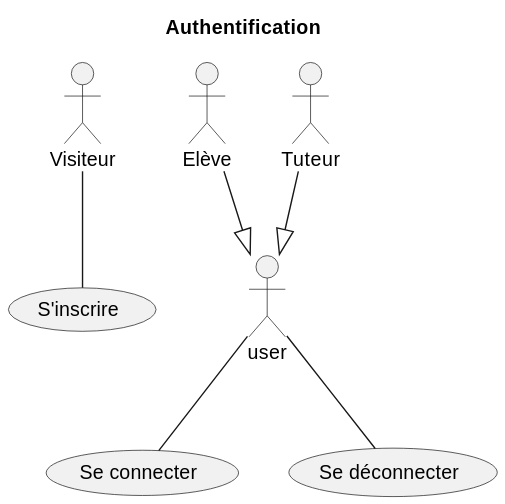
This is site/diagrams/authentication/authentication.svg from KMBCL/P3_specifications, a PlantUML export, as it was before one commit. The source it was exported from:
```plantuml
@startuml
title Authentification

actor "Visiteur" as visitor
!include /specifications/docs/diagrams/actors/common.puml

student --|> user
tutor --|> user

usecase "S'inscrire" as register
usecase "Se connecter" as login
usecase "Se déconnecter" as logout

visitor -- register
user -- login
user -- logout
@enduml
```
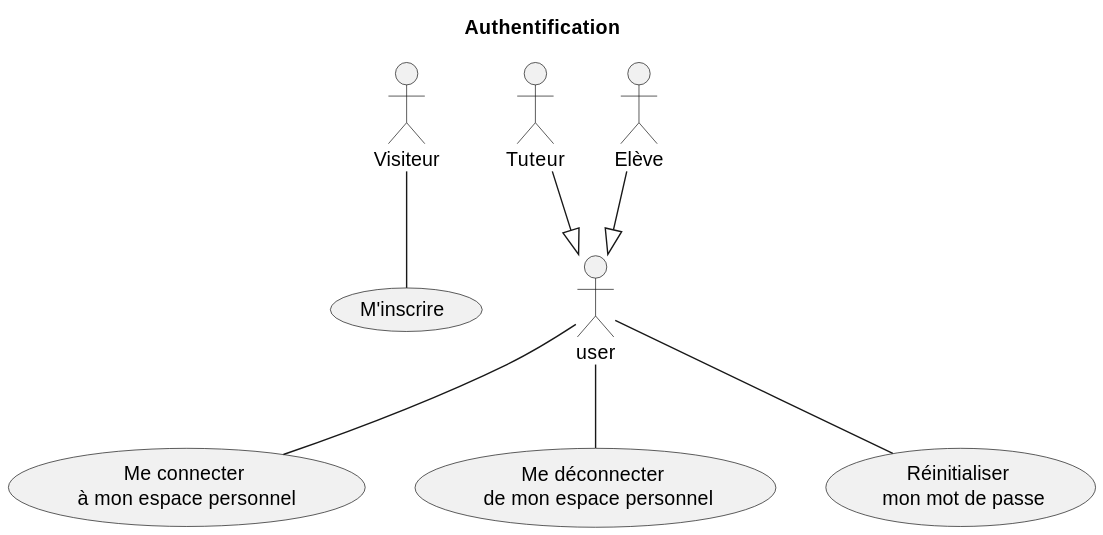
Later version of the same file.

The edit, as a diff of the source:
```diff
@@ -7,11 +7,13 @@
 student --|> user
 tutor --|> user
 
-usecase "S'inscrire" as register
-usecase "Se connecter" as login
-usecase "Se déconnecter" as logout
+usecase "M'inscrire" as register
+usecase "Me connecter \n à mon espace personnel " as login
+usecase "Me déconnecter \n de mon espace personnel" as logout
+usecase "Réinitialiser \n mon mot de passe" as reset_password
 
 visitor -- register
 user -- login
 user -- logout
+user -- reset_password
 @enduml
```
